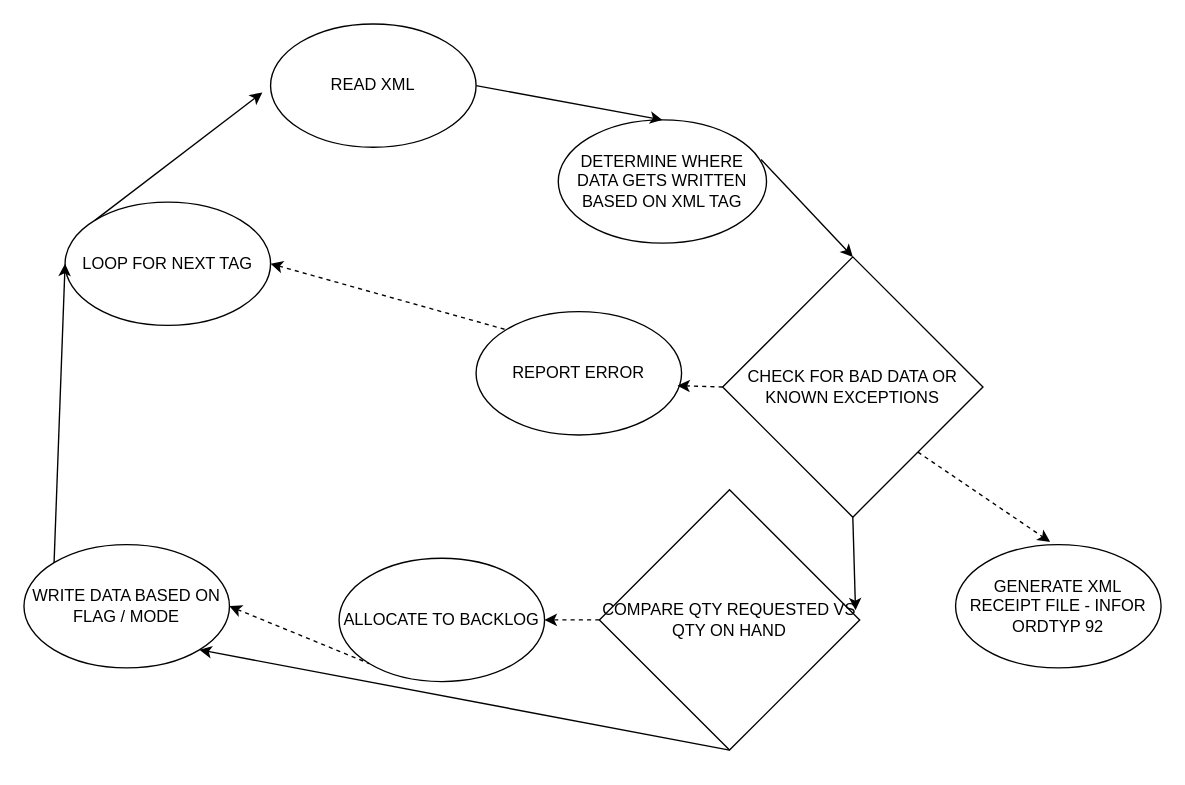
eveyv/flow_charts_drawio keeps this draw.io diagram as drawio/one.drawio. Above is the earlier version. Source tidied: cells renumbered, new cells numbered last; positions are measured from the earlier drawing's top-left corner, leaving out a move shared by most shapes. Both pictures are drawn from the tidied source at 137%, with x=0, y=0 at pixel (23, 23).
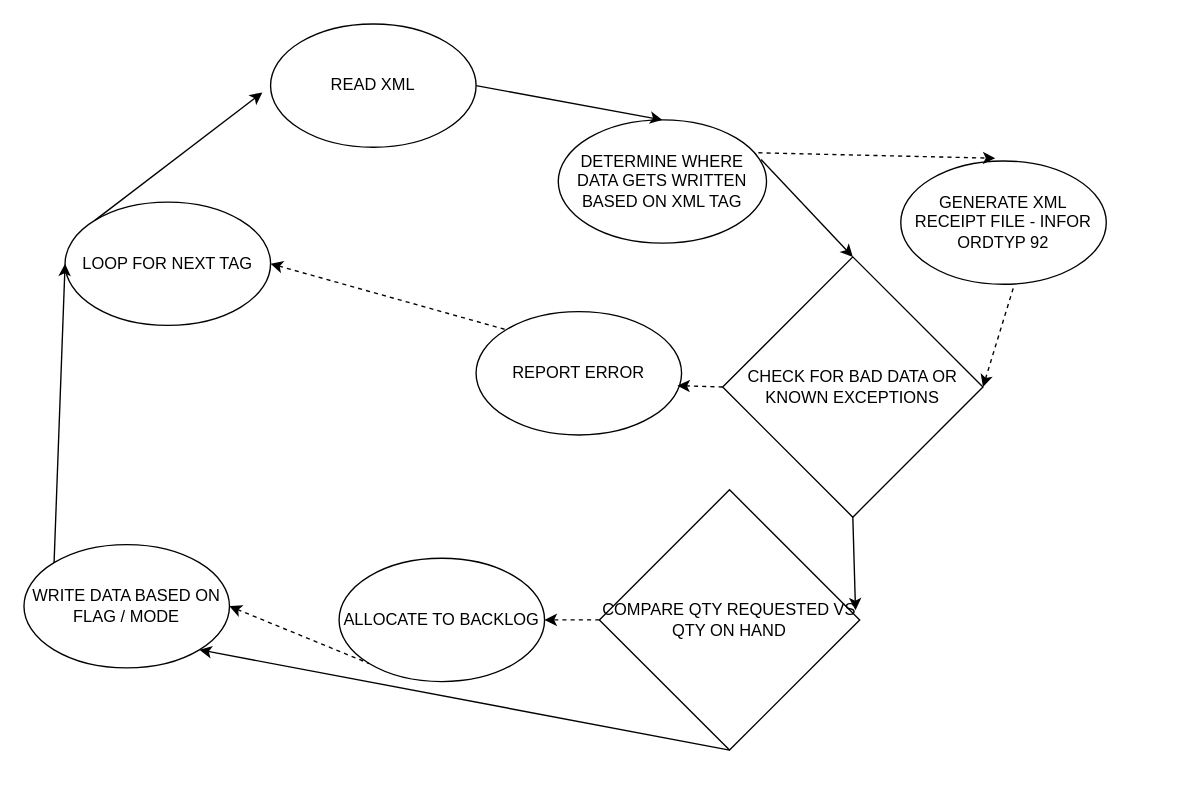
The same page after the edit.

Commit message:
adjusting flow to accurately reflect steps in order receipt process

The change refers to these unchanged cells:
```xml
<mxCell id="2" value="CHECK FOR BAD DATA OR KNOWN EXCEPTIONS" style="rhombus;whiteSpace=wrap;html=1;" parent="1" vertex="1">
  <mxGeometry x="510" y="170" width="190" height="190" as="geometry" />
</mxCell>
<mxCell id="4" value="DETERMINE WHERE DATA GETS WRITTEN BASED ON XML TAG" style="ellipse;whiteSpace=wrap;html=1;" parent="1" vertex="1">
  <mxGeometry x="390" y="70" width="152" height="90" as="geometry" />
</mxCell>
```

Diff of the diagram source:
```diff
@@
     <mxCell id="20" value="GENERATE XML RECEIPT FILE - INFOR ORDTYP 92" style="ellipse;whiteSpace=wrap;html=1;" parent="1" vertex="1">
-      <mxGeometry x="680" y="380" width="150" height="90" as="geometry" />
+      <mxGeometry x="640" y="100" width="150" height="90" as="geometry" />
     </mxCell>
-    <mxCell id="21" style="endArrow=classic;dashed=1;html=1;rounded=0;exitX=1;exitY=1;exitDx=0;exitDy=0;entryX=0.46;entryY=-0.022;entryDx=0;entryDy=0;entryPerimeter=0;endFill=1;" parent="1" edge="1" source="2" target="20">
+    <mxCell id="21" style="endArrow=classic;dashed=1;html=1;rounded=0;exitX=0.961;exitY=0.267;exitDx=0;exitDy=0;entryX=0.46;entryY=-0.022;entryDx=0;entryDy=0;entryPerimeter=0;endFill=1;exitPerimeter=0;" parent="1" edge="1" source="4" target="20">
       <mxGeometry relative="1" as="geometry" />
     </mxCell>
+    <mxCell id="22" style="endArrow=classic;dashed=1;html=1;rounded=0;exitX=0.547;exitY=1.033;exitDx=0;exitDy=0;entryX=1;entryY=0.5;entryDx=0;entryDy=0;endFill=1;exitPerimeter=0;" parent="1" edge="1" source="20" target="2">
+      <mxGeometry relative="1" as="geometry" />
+    </mxCell>
```
